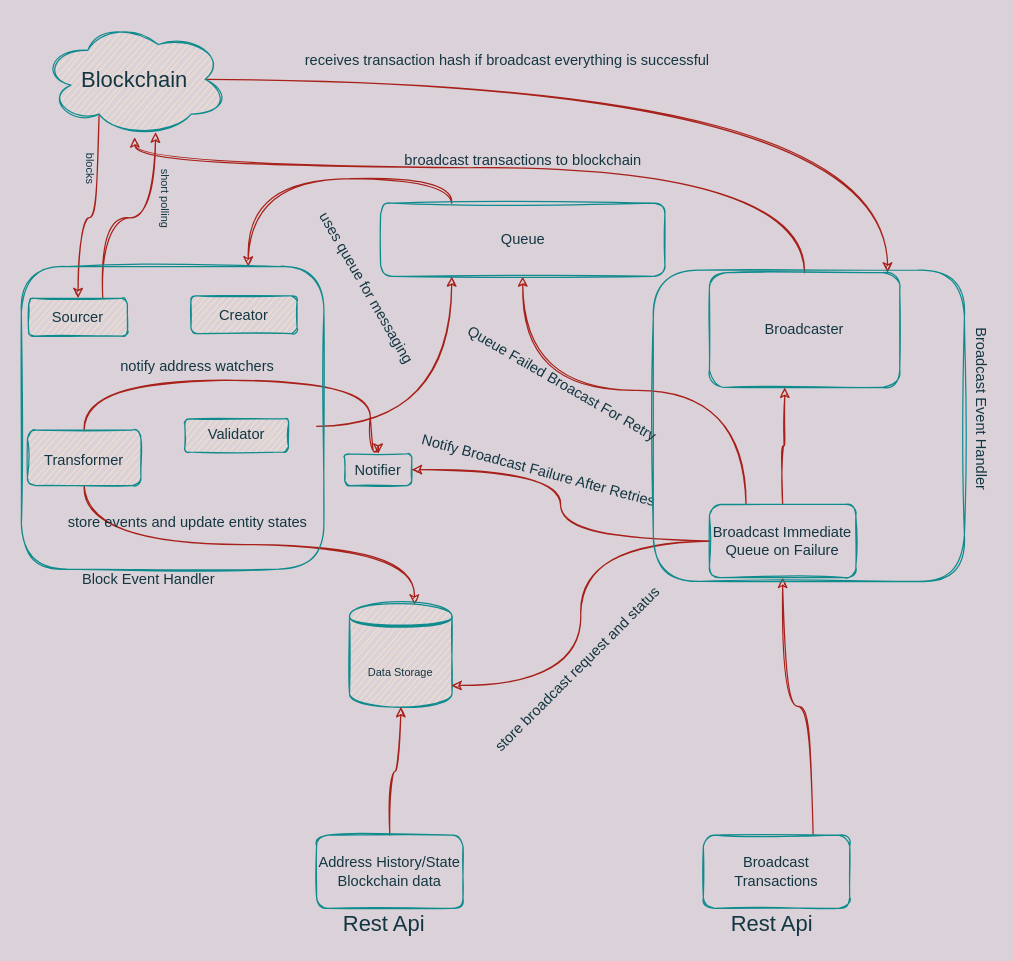
The draw.io diagram EventSourcingBasedBlockchainIndexer.drawio in baahkusi/architecture-drawings, before the edit. Source tidied: cells renumbered, new cells numbered last; positions are measured from the earlier drawing's top-left corner, leaving out a move shared by most shapes. Both pictures are drawn from the tidied source at 122%, with x=0, y=0 at pixel (21, 21).
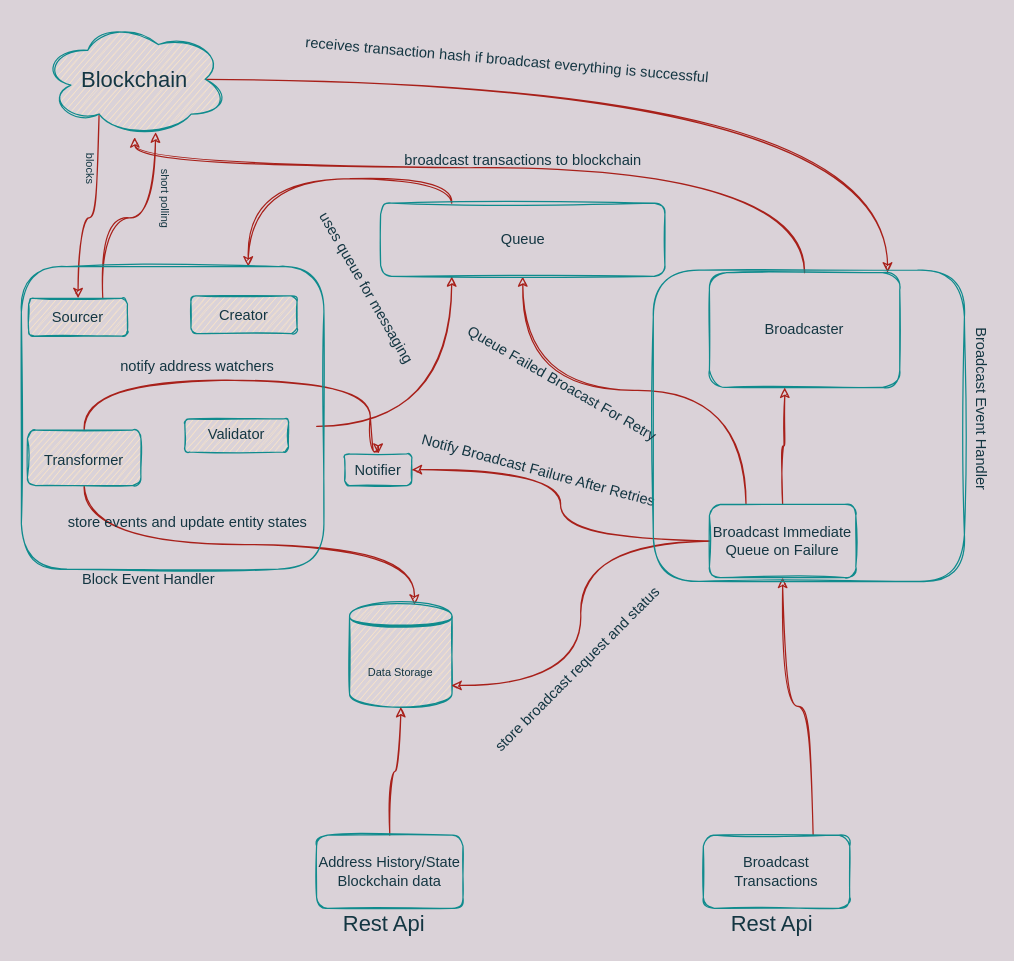
The same page after the edit.

Change to the diagram source:
```diff
@@
-    <mxCell id="22" value="receives transaction hash if broadcast everything is successful" style="text;html=1;align=center;verticalAlign=middle;strokeColor=none;fillColor=none;fontColor=#143642;sketch=1;rounded=1;" parent="1" vertex="1">
+    <mxCell id="22" value="receives transaction hash if broadcast everything is successful" style="text;html=1;align=center;verticalAlign=middle;strokeColor=none;fillColor=none;fontColor=#143642;sketch=1;rounded=1;rotation=5;" parent="1" vertex="1">
       <mxGeometry x="227" y="23" width="342" height="18" as="geometry" />
     </mxCell>
```
